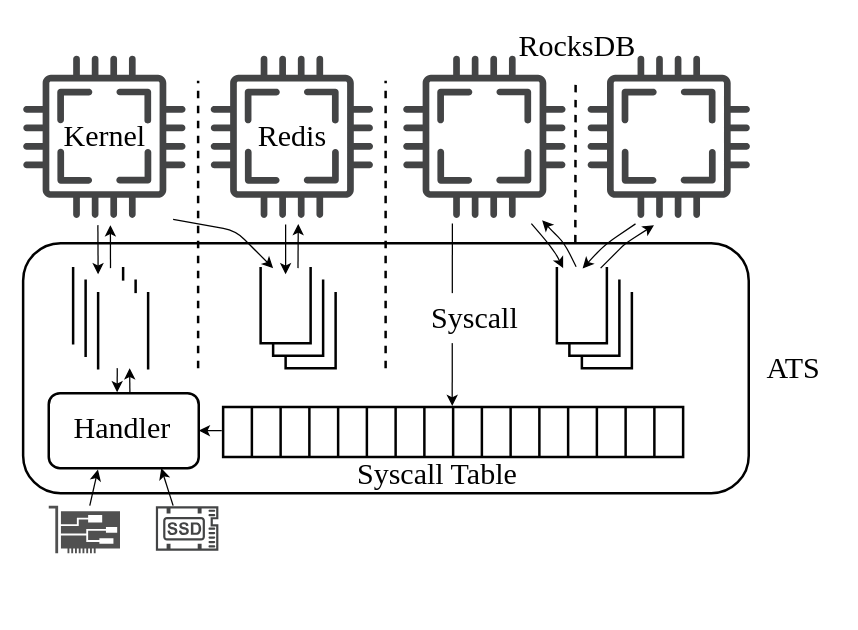
oscourse-tsinghua/openingreport-zfliang2023 keeps this draw.io diagram as assets/sys_arch.drawio. Above is the earlier version. Source tidied: cells renumbered, new cells numbered last; positions are measured from the earlier drawing's top-left corner, leaving out a move shared by most shapes. Both pictures are drawn from the tidied source at 125%, with x=0, y=0 at pixel (22, 21).
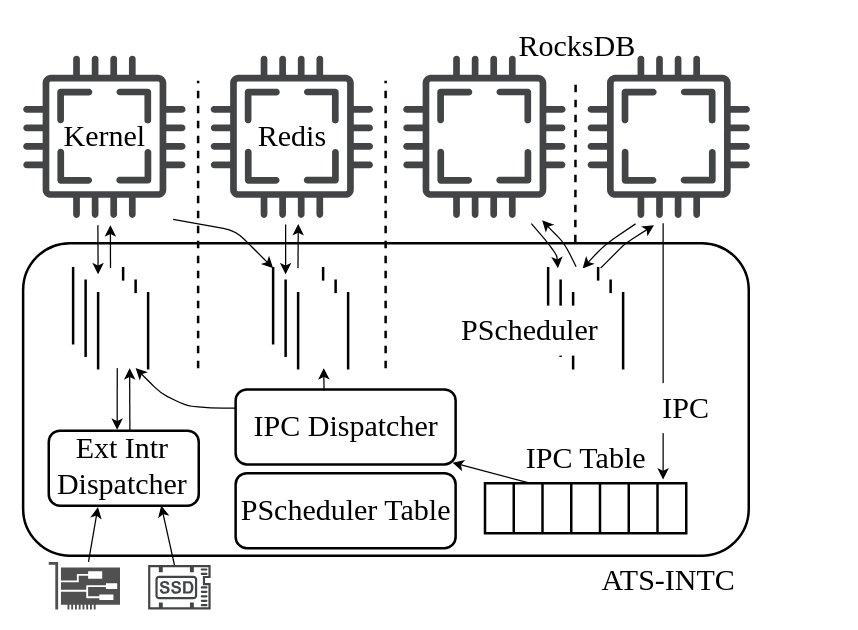
The same page after the edit.

The change refers to these unchanged cells:
```xml
<mxCell id="36" style="shape=partialRectangle;whiteSpace=wrap;html=1;bottom=0;top=0;fillColor=default;strokeWidth=2;" parent="33" vertex="1">
  <mxGeometry x="20" y="20" width="40" height="60" as="geometry" />
</mxCell>
```

The edit, as a diff of the source:
```diff
@@
     <mxCell id="2" style="rounded=1;whiteSpace=wrap;html=1;strokeWidth=2;" parent="1" vertex="1">
-      <mxGeometry y="177" width="580.5" height="200" as="geometry" />
+      <mxGeometry y="177" width="580.5" height="250" as="geometry" />
     </mxCell>
@@
-    <mxCell id="5" style="group;rotation=-180;" parent="1" vertex="1">
-      <mxGeometry x="190" y="197" width="60" height="80" as="geometry" />
-    </mxCell>
-    <mxCell id="6" style="shape=partialRectangle;whiteSpace=wrap;html=1;bottom=1;right=1;left=1;top=0;fillColor=default;routingCenterX=-0.5;rounded=1;strokeWidth=2;fontFamily=Times New Roman;fontSize=48;rotation=-360;" parent="5" vertex="1">
-      <mxGeometry x="20" y="20" width="40" height="60" as="geometry" />
-    </mxCell>
-    <mxCell id="7" style="shape=partialRectangle;whiteSpace=wrap;html=1;bottom=1;right=1;left=1;top=0;fillColor=default;routingCenterX=-0.5;rounded=1;strokeWidth=2;fontFamily=Times New Roman;fontSize=48;rotation=-360;" parent="5" vertex="1">
-      <mxGeometry x="10" y="10" width="40" height="60" as="geometry" />
-    </mxCell>
-    <mxCell id="8" style="shape=partialRectangle;whiteSpace=wrap;html=1;bottom=1;right=1;left=1;top=0;fillColor=default;routingCenterX=-0.5;rounded=1;strokeWidth=2;fontFamily=Times New Roman;fontSize=48;rotation=-360;" parent="5" vertex="1">
-      <mxGeometry width="40" height="60" as="geometry" />
-    </mxCell>
-    <mxCell id="9" style="group;rotation=-180;" parent="1" vertex="1">
-      <mxGeometry x="427" y="197" width="60" height="80" as="geometry" />
-    </mxCell>
-    <mxCell id="10" style="shape=partialRectangle;whiteSpace=wrap;html=1;bottom=1;right=1;left=1;top=0;fillColor=default;routingCenterX=-0.5;rounded=1;strokeWidth=2;fontFamily=Times New Roman;fontSize=48;rotation=-360;" parent="9" vertex="1">
-      <mxGeometry x="20" y="20" width="40" height="60" as="geometry" />
-    </mxCell>
-    <mxCell id="11" style="shape=partialRectangle;whiteSpace=wrap;html=1;bottom=1;right=1;left=1;top=0;fillColor=default;routingCenterX=-0.5;rounded=1;strokeWidth=2;fontFamily=Times New Roman;fontSize=48;rotation=-360;" parent="9" vertex="1">
-      <mxGeometry x="10" y="10" width="40" height="60" as="geometry" />
-    </mxCell>
-    <mxCell id="12" style="shape=partialRectangle;whiteSpace=wrap;html=1;bottom=1;right=1;left=1;top=0;fillColor=default;routingCenterX=-0.5;rounded=1;strokeWidth=2;fontFamily=Times New Roman;fontSize=48;rotation=-360;" parent="9" vertex="1">
-      <mxGeometry width="40" height="60" as="geometry" />
-    </mxCell>
@@
     <mxCell id="15" style="shape=table;html=1;whiteSpace=wrap;startSize=0;childLayout=tableLayout;fontFamily=Times New Roman;fontSize=48;strokeWidth=2;fillColor=#FFFFFF;" parent="1" vertex="1">
-      <mxGeometry x="160" y="308" width="368" height="40" as="geometry" />
+      <mxGeometry x="369.5" y="369" width="161" height="40" as="geometry" />
     </mxCell>
     <mxCell id="16" style="shape=tableRow;horizontal=0;startSize=0;swimlaneHead=0;swimlaneBody=0;top=0;left=0;bottom=0;right=0;fillColor=none;points=[[0,0.5],[1,0.5]];portConstraint=eastwest;fontFamily=Times New Roman;fontSize=48;" parent="15" vertex="1">
-      <mxGeometry width="368" height="40" as="geometry" />
+      <mxGeometry width="161" height="40" as="geometry" />
     </mxCell>
-    <mxCell id="17" style="shape=partialRectangle;html=1;whiteSpace=wrap;fillColor=none;top=0;left=0;bottom=0;right=0;overflow=hidden;fontFamily=Times New Roman;fontSize=48;" parent="16" vertex="1">
-      <mxGeometry width="23" height="40" as="geometry" />
-    </mxCell>
     <mxCell id="18" style="shape=partialRectangle;html=1;whiteSpace=wrap;fillColor=none;top=0;left=0;bottom=0;right=0;overflow=hidden;fontFamily=Times New Roman;fontSize=48;" parent="16" vertex="1">
-      <mxGeometry x="23" width="23" height="40" as="geometry" />
+      <mxGeometry width="23" height="40" as="geometry" />
     </mxCell>
     <mxCell id="19" style="shape=partialRectangle;html=1;whiteSpace=wrap;fillColor=none;top=0;left=0;bottom=0;right=0;overflow=hidden;fontFamily=Times New Roman;fontSize=48;" parent="16" vertex="1">
-      <mxGeometry x="46" width="23" height="40" as="geometry" />
+      <mxGeometry x="23" width="23" height="40" as="geometry" />
     </mxCell>
     <mxCell id="20" style="shape=partialRectangle;html=1;whiteSpace=wrap;fillColor=none;top=0;left=0;bottom=0;right=0;overflow=hidden;fontFamily=Times New Roman;fontSize=48;" parent="16" vertex="1">
-      <mxGeometry x="69" width="23" height="40" as="geometry" />
+      <mxGeometry x="46" width="23" height="40" as="geometry" />
     </mxCell>
-    <mxCell id="21" style="shape=partialRectangle;html=1;whiteSpace=wrap;fillColor=none;top=0;left=0;bottom=0;right=0;overflow=hidden;fontFamily=Times New Roman;fontSize=48;" parent="16" vertex="1">
-      <mxGeometry x="92" width="23" height="40" as="geometry" />
-    </mxCell>
     <mxCell id="22" style="shape=partialRectangle;html=1;whiteSpace=wrap;fillColor=none;top=0;left=0;bottom=0;right=0;overflow=hidden;fontFamily=Times New Roman;fontSize=48;" parent="16" vertex="1">
-      <mxGeometry x="115" width="23" height="40" as="geometry" />
+      <mxGeometry x="69" width="23" height="40" as="geometry" />
     </mxCell>
     <mxCell id="23" style="shape=partialRectangle;html=1;whiteSpace=wrap;fillColor=none;top=0;left=0;bottom=0;right=0;overflow=hidden;fontFamily=Times New Roman;fontSize=48;" parent="16" vertex="1">
-      <mxGeometry x="138" width="23" height="40" as="geometry" />
+      <mxGeometry x="92" width="23" height="40" as="geometry" />
     </mxCell>
     <mxCell id="24" style="shape=partialRectangle;html=1;whiteSpace=wrap;fillColor=none;top=0;left=0;bottom=0;right=0;overflow=hidden;fontFamily=Times New Roman;fontSize=48;" parent="16" vertex="1">
-      <mxGeometry x="161" width="23" height="40" as="geometry" />
+      <mxGeometry x="115" width="23" height="40" as="geometry" />
     </mxCell>
     <mxCell id="25" style="shape=partialRectangle;html=1;whiteSpace=wrap;fillColor=none;top=0;left=0;bottom=0;right=0;overflow=hidden;fontFamily=Times New Roman;fontSize=48;" parent="16" vertex="1">
-      <mxGeometry x="184" width="23" height="40" as="geometry" />
+      <mxGeometry x="138" width="23" height="40" as="geometry" />
     </mxCell>
-    <mxCell id="26" style="shape=partialRectangle;html=1;whiteSpace=wrap;fillColor=none;top=0;left=0;bottom=0;right=0;overflow=hidden;fontFamily=Times New Roman;fontSize=48;" parent="16" vertex="1">
-      <mxGeometry x="207" width="23" height="40" as="geometry" />
-    </mxCell>
-    <mxCell id="27" style="shape=partialRectangle;html=1;whiteSpace=wrap;fillColor=none;top=0;left=0;bottom=0;right=0;overflow=hidden;fontFamily=Times New Roman;fontSize=48;" parent="16" vertex="1">
-      <mxGeometry x="230" width="23" height="40" as="geometry" />
-    </mxCell>
-    <mxCell id="28" style="shape=partialRectangle;html=1;whiteSpace=wrap;fillColor=none;top=0;left=0;bottom=0;right=0;overflow=hidden;fontFamily=Times New Roman;fontSize=48;" parent="16" vertex="1">
-      <mxGeometry x="253" width="23" height="40" as="geometry" />
-    </mxCell>
-    <mxCell id="29" style="shape=partialRectangle;html=1;whiteSpace=wrap;fillColor=none;top=0;left=0;bottom=0;right=0;overflow=hidden;fontFamily=Times New Roman;fontSize=48;" parent="16" vertex="1">
-      <mxGeometry x="276" width="23" height="40" as="geometry" />
-    </mxCell>
-    <mxCell id="30" style="shape=partialRectangle;html=1;whiteSpace=wrap;fillColor=none;top=0;left=0;bottom=0;right=0;overflow=hidden;fontFamily=Times New Roman;fontSize=48;" parent="16" vertex="1">
-      <mxGeometry x="299" width="23" height="40" as="geometry" />
-    </mxCell>
-    <mxCell id="31" style="shape=partialRectangle;html=1;whiteSpace=wrap;fillColor=none;top=0;left=0;bottom=0;right=0;overflow=hidden;fontFamily=Times New Roman;fontSize=48;" parent="16" vertex="1">
-      <mxGeometry x="322" width="23" height="40" as="geometry" />
-    </mxCell>
-    <mxCell id="32" style="shape=partialRectangle;html=1;whiteSpace=wrap;fillColor=none;top=0;left=0;bottom=0;right=0;overflow=hidden;fontFamily=Times New Roman;fontSize=48;" parent="16" vertex="1">
-      <mxGeometry x="345" width="23" height="40" as="geometry" />
-    </mxCell>
@@
     <mxCell id="37" style="sketch=0;shadow=0;dashed=0;html=1;strokeColor=none;fillColor=#505050;labelPosition=center;verticalLabelPosition=bottom;verticalAlign=top;outlineConnect=0;align=center;shape=mxgraph.office.devices.nic;strokeWidth=2;" parent="1" vertex="1">
-      <mxGeometry x="20.5" y="387" width="57" height="38" as="geometry" />
+      <mxGeometry x="20.5" y="432" width="57" height="38" as="geometry" />
     </mxCell>
     <mxCell id="38" style="sketch=0;shadow=0;dashed=0;html=1;strokeColor=none;fillColor=#434445;labelPosition=center;verticalLabelPosition=bottom;verticalAlign=top;align=center;outlineConnect=0;shape=mxgraph.vvd.ssd;strokeWidth=2;" parent="1" vertex="1">
-      <mxGeometry x="106.2" y="387.5" width="50" height="35.5" as="geometry" />
+      <mxGeometry x="100" y="434.5" width="50" height="35.5" as="geometry" />
     </mxCell>
@@
-    <mxCell id="41" style="endArrow=classic;html=1;strokeWidth=1;exitX=0.87;exitY=1.005;exitDx=0;exitDy=0;exitPerimeter=0;" parent="1" edge="1" target="12">
+    <mxCell id="41" style="endArrow=classic;html=1;strokeWidth=1;exitX=0.87;exitY=1.005;exitDx=0;exitDy=0;exitPerimeter=0;" parent="1" edge="1">
       <mxGeometry relative="1" as="geometry">
         <mxPoint x="406.6" y="161.4" as="sourcePoint" />
+        <mxPoint x="427.8" y="197" as="targetPoint" />
         <Array as="points">
           <mxPoint x="420" y="177" />
           <mxPoint x="427" y="187" />
         </Array>
       </mxGeometry>
     </mxCell>
@@
-    <mxCell id="43" style="endArrow=classic;html=1;strokeWidth=1;entryX=0.541;entryY=1.008;entryDx=0;entryDy=0;entryPerimeter=0;" parent="1" edge="1">
-      <mxGeometry relative="1" as="geometry">
-        <mxPoint x="219.9" y="197" as="sourcePoint" />
-        <mxPoint x="220.1" y="161.7" as="targetPoint" />
-      </mxGeometry>
-    </mxCell>
-    <mxCell id="44" style="endArrow=classic;html=1;strokeWidth=1;entryX=0.5;entryY=0;entryDx=0;entryDy=0;exitX=0.45;exitY=1.011;exitDx=0;exitDy=0;exitPerimeter=0;" parent="1" edge="1">
-      <mxGeometry relative="1" as="geometry">
-        <mxPoint x="210" y="162" as="sourcePoint" />
-        <mxPoint x="210" y="202" as="targetPoint" />
-      </mxGeometry>
-    </mxCell>
@@
-    <mxCell id="49" style="rounded=1;whiteSpace=wrap;html=1;strokeWidth=2;fillColor=default;" parent="1" vertex="1">
-      <mxGeometry x="20.5" y="297" width="120" height="60" as="geometry" />
-    </mxCell>
-    <mxCell id="50" value="&lt;font face=&quot;Times New Roman&quot; style=&quot;font-size: 24px;&quot;&gt;Handler&lt;br&gt;&lt;/font&gt;" style="text;html=1;align=center;verticalAlign=middle;strokeColor=none;fillColor=none;" parent="1" vertex="1">
-      <mxGeometry x="28.5" y="305" width="100" height="40" as="geometry" />
-    </mxCell>
@@
-    <mxCell id="52" style="endArrow=classic;html=1;strokeWidth=1;entryX=0.75;entryY=1;entryDx=0;entryDy=0;" parent="1" edge="1" target="49">
-      <mxGeometry relative="1" as="geometry">
-        <mxPoint x="120" y="387" as="sourcePoint" />
-      </mxGeometry>
+    <mxCell id="52" style="endArrow=classic;html=1;strokeWidth=1;entryX=0.75;entryY=1;entryDx=0;entryDy=0;" parent="1" edge="1" source="38" target="49">
+      <mxGeometry relative="1" as="geometry" />
     </mxCell>
@@
-    <mxCell id="54" value="&lt;font face=&quot;Times New Roman&quot; style=&quot;font-size: 24px;&quot;&gt;Syscall Table&lt;/font&gt;" style="text;html=1;align=center;verticalAlign=middle;strokeColor=none;fillColor=none;" parent="1" vertex="1">
-      <mxGeometry x="255.5" y="342" width="150" height="40" as="geometry" />
+    <mxCell id="54" value="&lt;font face=&quot;Times New Roman&quot; style=&quot;font-size: 24px;&quot;&gt;IPC Table&lt;/font&gt;" style="text;html=1;align=center;verticalAlign=middle;strokeColor=none;fillColor=none;" parent="1" vertex="1">
+      <mxGeometry x="389.5" y="329" width="120" height="40" as="geometry" />
     </mxCell>
-    <mxCell id="55" style="endArrow=classic;html=1;strokeColor=#000000;entryX=0.498;entryY=-0.018;entryDx=0;entryDy=0;entryPerimeter=0;exitX=0.301;exitY=1.004;exitDx=0;exitDy=0;exitPerimeter=0;" parent="1" edge="1" target="16">
+    <mxCell id="55" style="endArrow=classic;html=1;strokeColor=#000000;entryX=0.625;entryY=-0.021;entryDx=0;entryDy=0;entryPerimeter=0;" parent="1" edge="1">
       <mxGeometry relative="1" as="geometry">
-        <mxPoint x="343.4" y="161.3" as="sourcePoint" />
+        <mxPoint x="512" y="161" as="sourcePoint" />
+        <mxPoint x="512" y="366.2" as="targetPoint" />
       </mxGeometry>
     </mxCell>
-    <mxCell id="56" value="&lt;font face=&quot;Times New Roman&quot; style=&quot;font-size: 24px;&quot;&gt;Syscall&lt;/font&gt;" style="text;html=1;align=center;verticalAlign=middle;strokeColor=none;fillColor=default;" parent="1" vertex="1">
-      <mxGeometry x="315.5" y="217" width="90" height="40" as="geometry" />
+    <mxCell id="56" value="&lt;font face=&quot;Times New Roman&quot; style=&quot;font-size: 24px;&quot;&gt;IPC&lt;/font&gt;" style="text;html=1;align=center;verticalAlign=middle;strokeColor=none;fillColor=default;" parent="1" vertex="1">
+      <mxGeometry x="500" y="289" width="60" height="40" as="geometry" />
     </mxCell>
-    <mxCell id="57" style="endArrow=classic;html=1;strokeWidth=1;entryX=1;entryY=0.5;entryDx=0;entryDy=0;exitX=-0.003;exitY=0.476;exitDx=0;exitDy=0;exitPerimeter=0;" parent="1" edge="1" source="16" target="49">
-      <mxGeometry relative="1" as="geometry" />
+    <mxCell id="57" style="endArrow=classic;html=1;strokeWidth=1;entryX=0.75;entryY=1;entryDx=0;entryDy=0;exitX=0;exitY=0.25;exitDx=0;exitDy=0;" parent="1" edge="1" source="70" target="36">
+      <mxGeometry relative="1" as="geometry">
+        <Array as="points">
+          <mxPoint x="150" y="309" />
+          <mxPoint x="130" y="307" />
+          <mxPoint x="110" y="297" />
+          <mxPoint x="100" y="287" />
+        </Array>
+      </mxGeometry>
     </mxCell>
-    <mxCell id="58" value="&lt;font face=&quot;Times New Roman&quot; style=&quot;font-size: 24px;&quot;&gt;ATS&lt;/font&gt;" style="text;html=1;align=center;verticalAlign=middle;strokeColor=none;fillColor=none;" parent="1" vertex="1">
-      <mxGeometry x="580.5" y="257" width="70" height="40" as="geometry" />
+    <mxCell id="58" value="&lt;font face=&quot;Times New Roman&quot; style=&quot;font-size: 24px;&quot;&gt;ATS-INTC&lt;/font&gt;" style="text;html=1;align=center;verticalAlign=middle;strokeColor=none;fillColor=none;" parent="1" vertex="1">
+      <mxGeometry x="450.5" y="427" width="130" height="40" as="geometry" />
     </mxCell>
@@
+    <mxCell id="69" style="group;" parent="1" vertex="1">
+      <mxGeometry x="170" y="294" width="176" height="60" as="geometry" />
+    </mxCell>
+    <mxCell id="70" style="rounded=1;whiteSpace=wrap;html=1;strokeWidth=2;fillColor=default;" parent="69" vertex="1">
+      <mxGeometry width="176" height="60" as="geometry" />
+    </mxCell>
+    <mxCell id="71" value="&lt;font face=&quot;Times New Roman&quot; style=&quot;font-size: 24px;&quot;&gt;IPC Dispatcher&lt;br&gt;&lt;/font&gt;" style="text;html=1;align=center;verticalAlign=middle;strokeColor=none;fillColor=none;" parent="69" vertex="1">
+      <mxGeometry x="3" y="10" width="170" height="40" as="geometry" />
+    </mxCell>
+    <mxCell id="72" style="group;" parent="1" vertex="1">
+      <mxGeometry x="200" y="197" width="60" height="80" as="geometry" />
+    </mxCell>
+    <mxCell id="73" style="shape=partialRectangle;whiteSpace=wrap;html=1;bottom=0;top=0;fillColor=default;strokeWidth=2;" parent="72" vertex="1">
+      <mxGeometry width="40" height="60" as="geometry" />
+    </mxCell>
+    <mxCell id="74" style="shape=partialRectangle;whiteSpace=wrap;html=1;bottom=0;top=0;fillColor=default;strokeWidth=2;" parent="72" vertex="1">
+      <mxGeometry x="10" y="10" width="40" height="60" as="geometry" />
+    </mxCell>
+    <mxCell id="75" style="shape=partialRectangle;whiteSpace=wrap;html=1;bottom=0;top=0;fillColor=default;strokeWidth=2;" parent="72" vertex="1">
+      <mxGeometry x="20" y="20" width="40" height="60" as="geometry" />
+    </mxCell>
+    <mxCell id="76" style="endArrow=classic;html=1;strokeWidth=1;entryX=0.986;entryY=0.977;entryDx=0;entryDy=0;entryPerimeter=0;exitX=0.218;exitY=-0.006;exitDx=0;exitDy=0;exitPerimeter=0;" parent="1" edge="1" source="15" target="70">
+      <mxGeometry relative="1" as="geometry" />
+    </mxCell>
+    <mxCell id="77" style="endArrow=classic;html=1;strokeWidth=1;exitX=0.402;exitY=0.018;exitDx=0;exitDy=0;exitPerimeter=0;" parent="1" edge="1" source="70" target="75">
+      <mxGeometry relative="1" as="geometry" />
+    </mxCell>
+    <mxCell id="78" style="group;" parent="1" vertex="1">
+      <mxGeometry x="20.5" y="327" width="123" height="63" as="geometry" />
+    </mxCell>
+    <mxCell id="49" style="rounded=1;whiteSpace=wrap;html=1;strokeWidth=2;fillColor=default;" parent="78" vertex="1">
+      <mxGeometry width="120" height="60" as="geometry" />
+    </mxCell>
+    <mxCell id="50" value="&lt;font face=&quot;Times New Roman&quot; style=&quot;font-size: 24px;&quot;&gt;Ext Intr &lt;br&gt;Dispatcher&lt;br&gt;&lt;/font&gt;" style="text;html=1;align=center;verticalAlign=middle;strokeColor=none;fillColor=none;" parent="78" vertex="1">
+      <mxGeometry x="-7" y="-7" width="130" height="70" as="geometry" />
+    </mxCell>
+    <mxCell id="44" style="endArrow=classic;html=1;strokeWidth=1;entryX=0.5;entryY=0;entryDx=0;entryDy=0;exitX=0.45;exitY=1.011;exitDx=0;exitDy=0;exitPerimeter=0;" parent="1" edge="1">
+      <mxGeometry relative="1" as="geometry">
+        <mxPoint x="210" y="162" as="sourcePoint" />
+        <mxPoint x="210" y="202" as="targetPoint" />
+      </mxGeometry>
+    </mxCell>
+    <mxCell id="43" style="endArrow=classic;html=1;strokeWidth=1;entryX=0.541;entryY=1.008;entryDx=0;entryDy=0;entryPerimeter=0;" parent="1" edge="1">
+      <mxGeometry relative="1" as="geometry">
+        <mxPoint x="219.9" y="197" as="sourcePoint" />
+        <mxPoint x="220.1" y="161.7" as="targetPoint" />
+      </mxGeometry>
+    </mxCell>
+    <mxCell id="79" style="group;" parent="1" vertex="1">
+      <mxGeometry x="420" y="197" width="95" height="80" as="geometry" />
+    </mxCell>
+    <mxCell id="80" style="shape=partialRectangle;whiteSpace=wrap;html=1;bottom=0;top=0;fillColor=default;strokeWidth=2;" parent="79" vertex="1">
+      <mxGeometry width="40" height="60" as="geometry" />
+    </mxCell>
+    <mxCell id="81" style="shape=partialRectangle;whiteSpace=wrap;html=1;bottom=0;top=0;fillColor=default;strokeWidth=2;" parent="79" vertex="1">
+      <mxGeometry x="10" y="10" width="40" height="60" as="geometry" />
+    </mxCell>
+    <mxCell id="82" style="shape=partialRectangle;whiteSpace=wrap;html=1;bottom=0;top=0;fillColor=default;strokeWidth=2;" parent="79" vertex="1">
+      <mxGeometry x="20" y="20" width="40" height="60" as="geometry" />
+    </mxCell>
+    <mxCell id="83" style="group;" parent="1" vertex="1">
+      <mxGeometry x="170" y="361" width="183" height="60" as="geometry" />
+    </mxCell>
+    <mxCell id="84" style="rounded=1;whiteSpace=wrap;html=1;strokeWidth=2;fillColor=default;" parent="83" vertex="1">
+      <mxGeometry width="176" height="60" as="geometry" />
+    </mxCell>
+    <mxCell id="85" value="&lt;font face=&quot;Times New Roman&quot; style=&quot;font-size: 24px;&quot;&gt;PScheduler Table&lt;br&gt;&lt;/font&gt;" style="text;html=1;align=center;verticalAlign=middle;strokeColor=none;fillColor=none;" parent="83" vertex="1">
+      <mxGeometry x="-7" y="10" width="190" height="40" as="geometry" />
+    </mxCell>
+    <mxCell id="86" value="&lt;font face=&quot;Times New Roman&quot; style=&quot;font-size: 24px;&quot;&gt;PScheduler&lt;br&gt;&lt;/font&gt;" style="text;html=1;align=center;verticalAlign=middle;strokeColor=none;fillColor=default;" parent="1" vertex="1">
+      <mxGeometry x="340" y="227" width="130" height="40" as="geometry" />
+    </mxCell>
```
